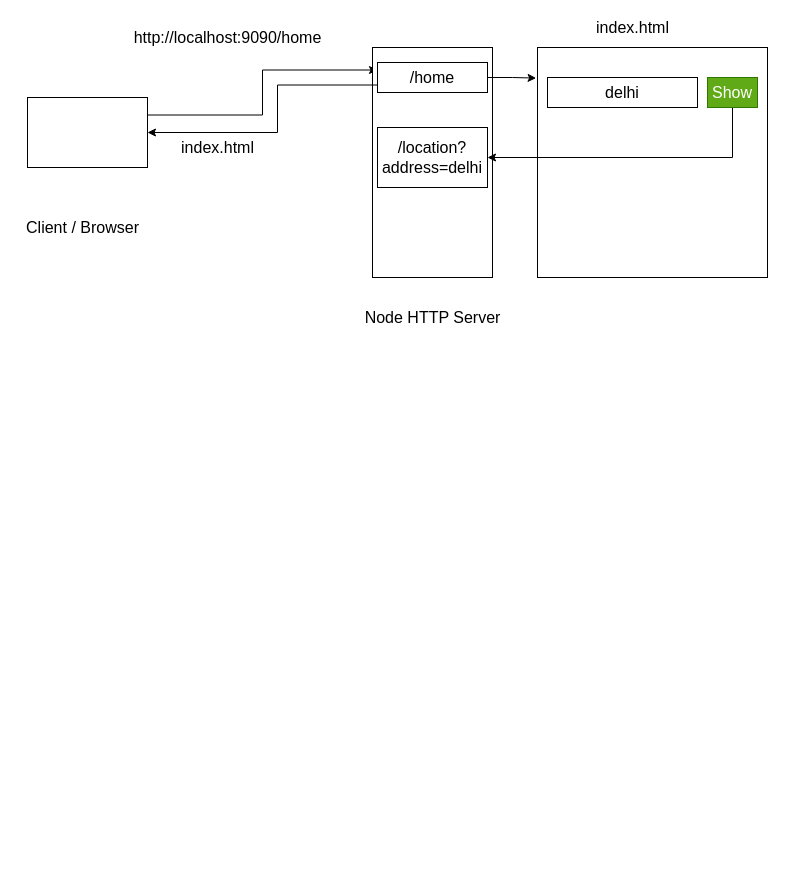
The draw.io diagram page "Page-6" (6 of 6) of refs/diagrams.drawio in synergy2411/citius-nov-dec-21, before the edit. Source tidied: cells renumbered, new cells numbered last; positions are measured from the earlier drawing's top-left corner, leaving out a move shared by most shapes. Both pictures are drawn from the tidied source at 100%, with x=0, y=0 at pixel (17, 17).
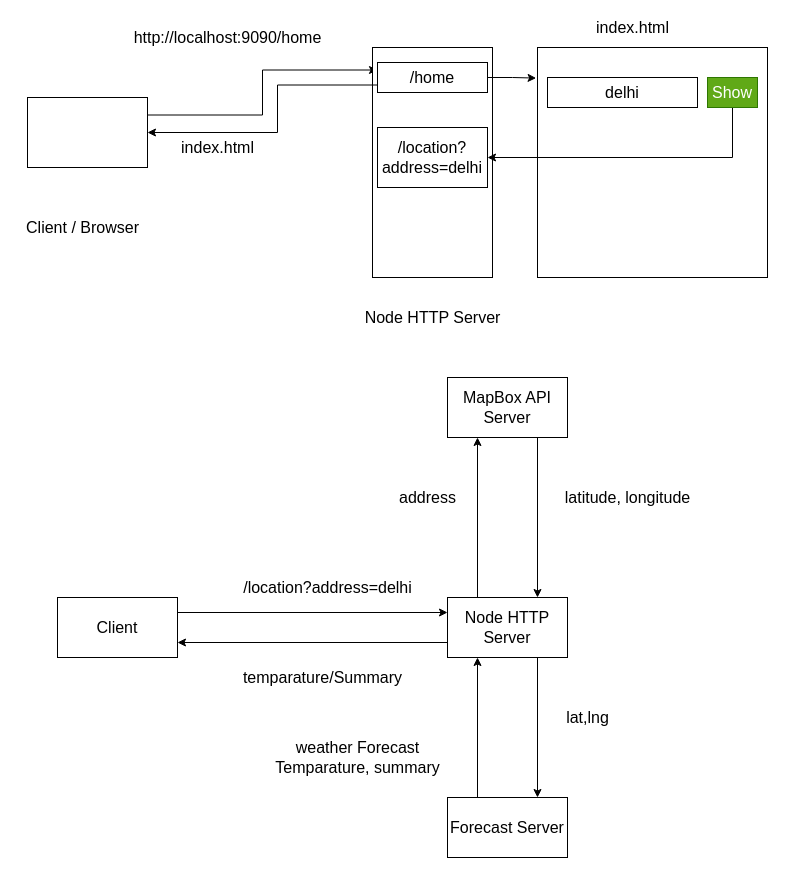
The same diagram, later.

Commit message (it also covers changes not shown here):
weather app

Diff of the diagram source:
```diff
@@
+    <mxCell id="18" style="edgeStyle=orthogonalEdgeStyle;rounded=0;jettySize=auto;html=1;exitX=1;exitY=0.25;exitDx=0;exitDy=0;entryX=0;entryY=0.25;entryDx=0;entryDy=0;fontSize=16;" parent="1" edge="1" source="19" target="23">
+      <mxGeometry relative="1" as="geometry" />
+    </mxCell>
+    <mxCell id="19" value="Client" style="rounded=0;whiteSpace=wrap;html=1;fontSize=16;" parent="1" vertex="1">
+      <mxGeometry x="40" y="580" width="120" height="60" as="geometry" />
+    </mxCell>
+    <mxCell id="20" style="edgeStyle=orthogonalEdgeStyle;rounded=0;jettySize=auto;html=1;exitX=0.25;exitY=0;exitDx=0;exitDy=0;entryX=0.25;entryY=1;entryDx=0;entryDy=0;fontSize=16;" parent="1" edge="1" source="23" target="26">
+      <mxGeometry relative="1" as="geometry" />
+    </mxCell>
+    <mxCell id="21" style="edgeStyle=orthogonalEdgeStyle;rounded=0;jettySize=auto;html=1;exitX=0.75;exitY=1;exitDx=0;exitDy=0;entryX=0.75;entryY=0;entryDx=0;entryDy=0;fontSize=16;" parent="1" edge="1" source="23" target="30">
+      <mxGeometry relative="1" as="geometry" />
+    </mxCell>
+    <mxCell id="22" style="edgeStyle=orthogonalEdgeStyle;rounded=0;jettySize=auto;html=1;exitX=0;exitY=0.75;exitDx=0;exitDy=0;entryX=1;entryY=0.75;entryDx=0;entryDy=0;fontSize=16;" parent="1" edge="1" source="23" target="19">
+      <mxGeometry relative="1" as="geometry" />
+    </mxCell>
+    <mxCell id="23" value="Node HTTP Server" style="rounded=0;whiteSpace=wrap;html=1;fontSize=16;" parent="1" vertex="1">
+      <mxGeometry x="430" y="580" width="120" height="60" as="geometry" />
+    </mxCell>
+    <mxCell id="24" value="/location?address=delhi" style="text;html=1;align=center;verticalAlign=middle;strokeColor=none;fillColor=none;fontSize=16;" parent="1" vertex="1">
+      <mxGeometry x="220" y="560" width="180" height="20" as="geometry" />
+    </mxCell>
+    <mxCell id="25" style="edgeStyle=orthogonalEdgeStyle;rounded=0;jettySize=auto;html=1;exitX=0.75;exitY=1;exitDx=0;exitDy=0;entryX=0.75;entryY=0;entryDx=0;entryDy=0;fontSize=16;" parent="1" edge="1" source="26" target="23">
+      <mxGeometry relative="1" as="geometry" />
+    </mxCell>
+    <mxCell id="26" value="MapBox API Server" style="rounded=0;whiteSpace=wrap;html=1;fontSize=16;" parent="1" vertex="1">
+      <mxGeometry x="430" y="360" width="120" height="60" as="geometry" />
+    </mxCell>
+    <mxCell id="27" value="address" style="text;html=1;align=center;verticalAlign=middle;strokeColor=none;fillColor=none;fontSize=16;" parent="1" vertex="1">
+      <mxGeometry x="375" y="470" width="70" height="20" as="geometry" />
+    </mxCell>
+    <mxCell id="28" value="latitude, longitude" style="text;html=1;align=center;verticalAlign=middle;strokeColor=none;fillColor=none;fontSize=16;" parent="1" vertex="1">
+      <mxGeometry x="540" y="470" width="140" height="20" as="geometry" />
+    </mxCell>
+    <mxCell id="29" style="edgeStyle=orthogonalEdgeStyle;rounded=0;jettySize=auto;html=1;exitX=0.25;exitY=0;exitDx=0;exitDy=0;entryX=0.25;entryY=1;entryDx=0;entryDy=0;fontSize=16;" parent="1" edge="1" source="30" target="23">
+      <mxGeometry relative="1" as="geometry" />
+    </mxCell>
+    <mxCell id="30" value="Forecast Server" style="rounded=0;whiteSpace=wrap;html=1;fontSize=16;" parent="1" vertex="1">
+      <mxGeometry x="430" y="780" width="120" height="60" as="geometry" />
+    </mxCell>
+    <mxCell id="31" value="lat,lng" style="text;html=1;align=center;verticalAlign=middle;strokeColor=none;fillColor=none;fontSize=16;" parent="1" vertex="1">
+      <mxGeometry x="540" y="690" width="60" height="20" as="geometry" />
+    </mxCell>
+    <mxCell id="32" value="weather Forecast&lt;br&gt;Temparature, summary" style="text;html=1;align=center;verticalAlign=middle;strokeColor=none;fillColor=none;fontSize=16;" parent="1" vertex="1">
+      <mxGeometry x="250" y="720" width="180" height="40" as="geometry" />
+    </mxCell>
+    <mxCell id="33" value="temparature/Summary" style="text;html=1;align=center;verticalAlign=middle;strokeColor=none;fillColor=none;fontSize=16;" parent="1" vertex="1">
+      <mxGeometry x="220" y="650" width="170" height="20" as="geometry" />
+    </mxCell>
```
